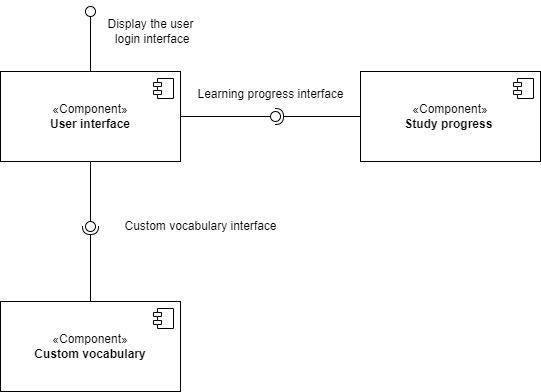
This is component.drawio.png from xiangxiang3451/blog_pictures, a draw.io export, as it was before one commit. Source tidied: cells renumbered, new cells last; positions are measured from the earlier drawing's top-left corner, leaving out a move shared by most shapes.
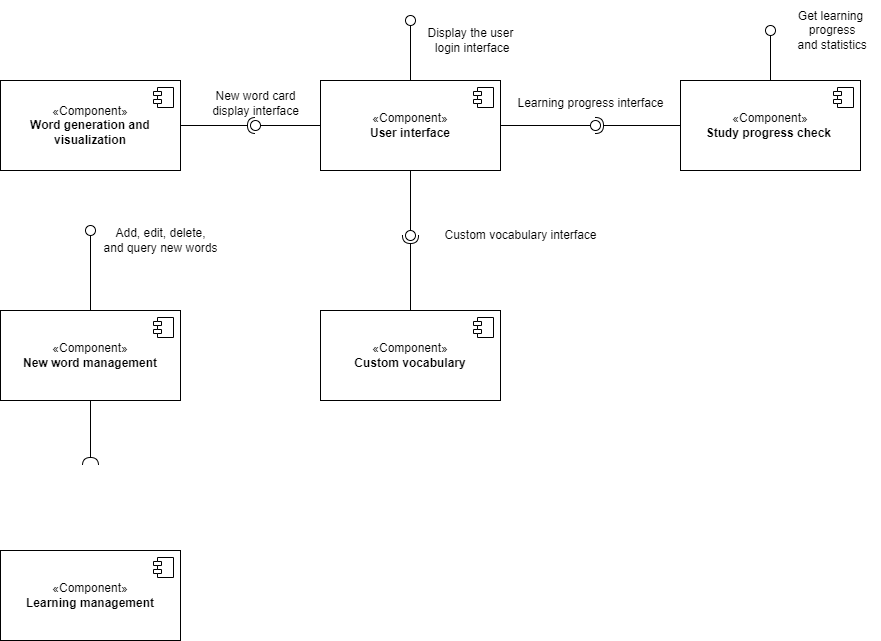
After the change.

Change to the diagram source:
```diff
@@ -18,7 +18,7 @@
         <mxPoint x="-27" y="7" as="offset" />
       </mxGeometry>
     </mxCell>
-    <mxCell id="6" value="«Component»&lt;br&gt;&lt;b&gt;Study progress&amp;nbsp;&lt;/b&gt;" style="html=1;whiteSpace=wrap;" parent="1" vertex="1">
+    <mxCell id="6" value="«Component»&lt;br&gt;&lt;b&gt;Study progress check&amp;nbsp;&lt;/b&gt;" style="html=1;whiteSpace=wrap;" parent="1" vertex="1">
       <mxGeometry x="360" y="60" width="180" height="90" as="geometry" />
     </mxCell>
     <mxCell id="7" style="shape=module;jettyWidth=8;jettyHeight=4;" parent="6" vertex="1">
@@ -64,5 +64,72 @@
     <mxCell id="19" value="Display the user&lt;br&gt;&amp;nbsp;login interface" style="text;html=1;align=center;verticalAlign=middle;strokeColor=none;fillColor=none;" parent="1" vertex="1">
       <mxGeometry x="95" width="110" height="40" as="geometry" />
     </mxCell>
+    <mxCell id="20" value="«Component»&lt;br&gt;&lt;b&gt;New word management&lt;/b&gt;" style="html=1;whiteSpace=wrap;" parent="1" vertex="1">
+      <mxGeometry x="-320" y="290" width="180" height="90" as="geometry" />
+    </mxCell>
+    <mxCell id="21" style="shape=module;jettyWidth=8;jettyHeight=4;" parent="20" vertex="1">
+      <mxGeometry x="1" width="20" height="20" relative="1" as="geometry">
+        <mxPoint x="-27" y="7" as="offset" />
+      </mxGeometry>
+    </mxCell>
+    <mxCell id="22" style="ellipse;whiteSpace=wrap;html=1;align=center;fillColor=none;strokeColor=none;perimeter=centerPerimeter;" parent="1" vertex="1">
+      <mxGeometry x="-210" y="230" width="10" height="10" as="geometry" />
+    </mxCell>
+    <mxCell id="23" style="rounded=0;jettySize=auto;html=1;endArrow=oval;endFill=0;sketch=0;sourcePerimeterSpacing=0;targetPerimeterSpacing=0;endSize=10;exitX=0.5;exitY=0;exitDx=0;exitDy=0;" parent="1" edge="1" source="20">
+      <mxGeometry relative="1" as="geometry">
+        <mxPoint x="-230" y="210" as="targetPoint" />
+      </mxGeometry>
+    </mxCell>
+    <mxCell id="24" style="ellipse;whiteSpace=wrap;html=1;align=center;fillColor=none;strokeColor=none;perimeter=centerPerimeter;" parent="1" vertex="1">
+      <mxGeometry x="95" y="230" width="10" height="10" as="geometry" />
+    </mxCell>
+    <mxCell id="25" value="Add, edit, delete, &lt;br&gt;and query new words" style="text;html=1;align=center;verticalAlign=middle;strokeColor=none;fillColor=none;" parent="1" vertex="1">
+      <mxGeometry x="-230" y="200" width="140" height="40" as="geometry" />
+    </mxCell>
+    <mxCell id="26" style="rounded=0;jettySize=auto;html=1;endArrow=halfCircle;endFill=0;endSize=6;strokeWidth=1;sketch=0;fontSize=12;curved=1;exitX=0.5;exitY=1;exitDx=0;exitDy=0;" parent="1" edge="1" source="20" target="27">
+      <mxGeometry relative="1" as="geometry" />
+    </mxCell>
+    <mxCell id="27" style="ellipse;whiteSpace=wrap;html=1;align=center;fillColor=none;strokeColor=none;perimeter=centerPerimeter;points=[];outlineConnect=1;" parent="1" vertex="1">
+      <mxGeometry x="-235" y="440" width="10" height="10" as="geometry" />
+    </mxCell>
+    <mxCell id="28" value="«Component»&lt;br&gt;&lt;b&gt;Word generation and visualization&lt;/b&gt;" style="html=1;whiteSpace=wrap;" parent="1" vertex="1">
+      <mxGeometry x="-320" y="60" width="180" height="90" as="geometry" />
+    </mxCell>
+    <mxCell id="29" style="shape=module;jettyWidth=8;jettyHeight=4;" parent="28" vertex="1">
+      <mxGeometry x="1" width="20" height="20" relative="1" as="geometry">
+        <mxPoint x="-27" y="7" as="offset" />
+      </mxGeometry>
+    </mxCell>
+    <mxCell id="30" style="rounded=0;jettySize=auto;html=1;endArrow=halfCircle;endFill=0;endSize=6;strokeWidth=1;sketch=0;exitX=1;exitY=0.5;exitDx=0;exitDy=0;" parent="1" edge="1" source="28" target="32">
+      <mxGeometry relative="1" as="geometry" />
+    </mxCell>
+    <mxCell id="31" style="rounded=0;jettySize=auto;html=1;endArrow=oval;endFill=0;sketch=0;sourcePerimeterSpacing=0;targetPerimeterSpacing=0;endSize=10;exitX=0;exitY=0.5;exitDx=0;exitDy=0;" parent="1" edge="1" source="2" target="32">
+      <mxGeometry relative="1" as="geometry" />
+    </mxCell>
+    <mxCell id="32" style="ellipse;whiteSpace=wrap;html=1;align=center;fillColor=none;strokeColor=none;perimeter=centerPerimeter;points=[];outlineConnect=1;" parent="1" vertex="1">
+      <mxGeometry x="-70" y="100" width="10" height="10" as="geometry" />
+    </mxCell>
+    <mxCell id="33" value="New word card &lt;br&gt;display interface" style="text;html=1;align=center;verticalAlign=middle;strokeColor=none;fillColor=none;" parent="1" vertex="1">
+      <mxGeometry x="-120" y="63" width="110" height="40" as="geometry" />
+    </mxCell>
+    <mxCell id="34" value="«Component»&lt;br&gt;&lt;b&gt;Learning management&lt;/b&gt;" style="html=1;whiteSpace=wrap;" parent="1" vertex="1">
+      <mxGeometry x="-320" y="530" width="180" height="90" as="geometry" />
+    </mxCell>
+    <mxCell id="35" style="shape=module;jettyWidth=8;jettyHeight=4;" parent="34" vertex="1">
+      <mxGeometry x="1" width="20" height="20" relative="1" as="geometry">
+        <mxPoint x="-27" y="7" as="offset" />
+      </mxGeometry>
+    </mxCell>
+    <mxCell id="36" style="rounded=0;jettySize=auto;html=1;endArrow=oval;endFill=0;sketch=0;sourcePerimeterSpacing=0;targetPerimeterSpacing=0;endSize=10;exitX=0.5;exitY=0;exitDx=0;exitDy=0;" parent="1" edge="1" source="6">
+      <mxGeometry relative="1" as="geometry">
+        <mxPoint x="450" y="10" as="targetPoint" />
+      </mxGeometry>
+    </mxCell>
+    <mxCell id="37" style="ellipse;whiteSpace=wrap;html=1;align=center;fillColor=none;strokeColor=none;perimeter=centerPerimeter;" parent="1" vertex="1">
+      <mxGeometry x="290" y="180" width="10" height="10" as="geometry" />
+    </mxCell>
+    <mxCell id="38" value="Get learning&lt;br&gt;&amp;nbsp;progress&lt;br&gt;&amp;nbsp;and statistics" style="text;html=1;align=center;verticalAlign=middle;strokeColor=none;fillColor=none;" parent="1" vertex="1">
+      <mxGeometry x="460" y="-20" width="100" height="60" as="geometry" />
+    </mxCell>
   </root>
 </mxGraphModel>
```
